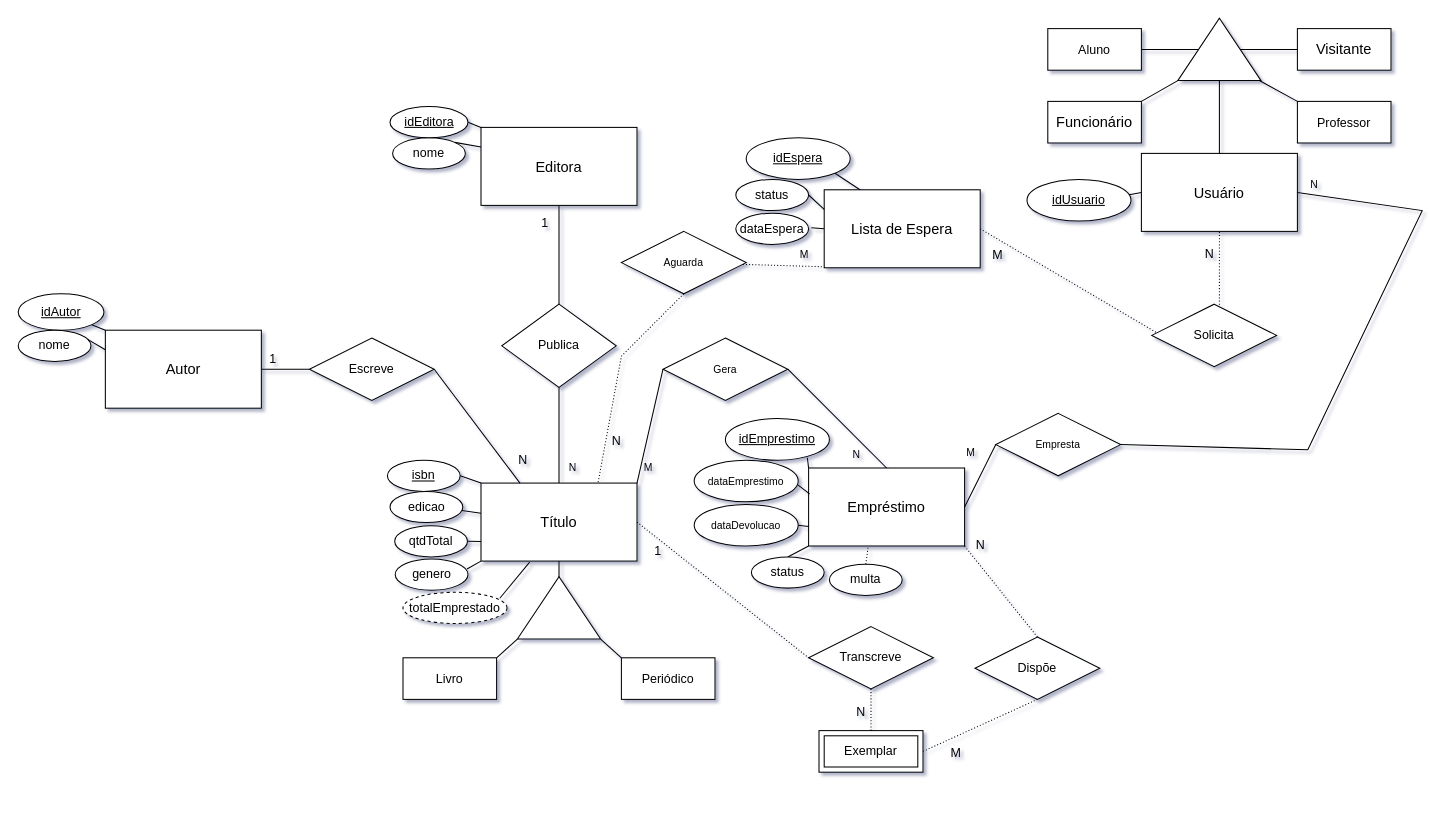
The draw.io diagram library-2023-10-05.drawio in nicholascostap/library-model, before the edit. Source tidied: cells renumbered, new cells numbered last; positions are measured from the earlier drawing's top-left corner, leaving out a move shared by most shapes. Both pictures are drawn from the tidied source at 104%, with x=0, y=0 at pixel (18, 18).
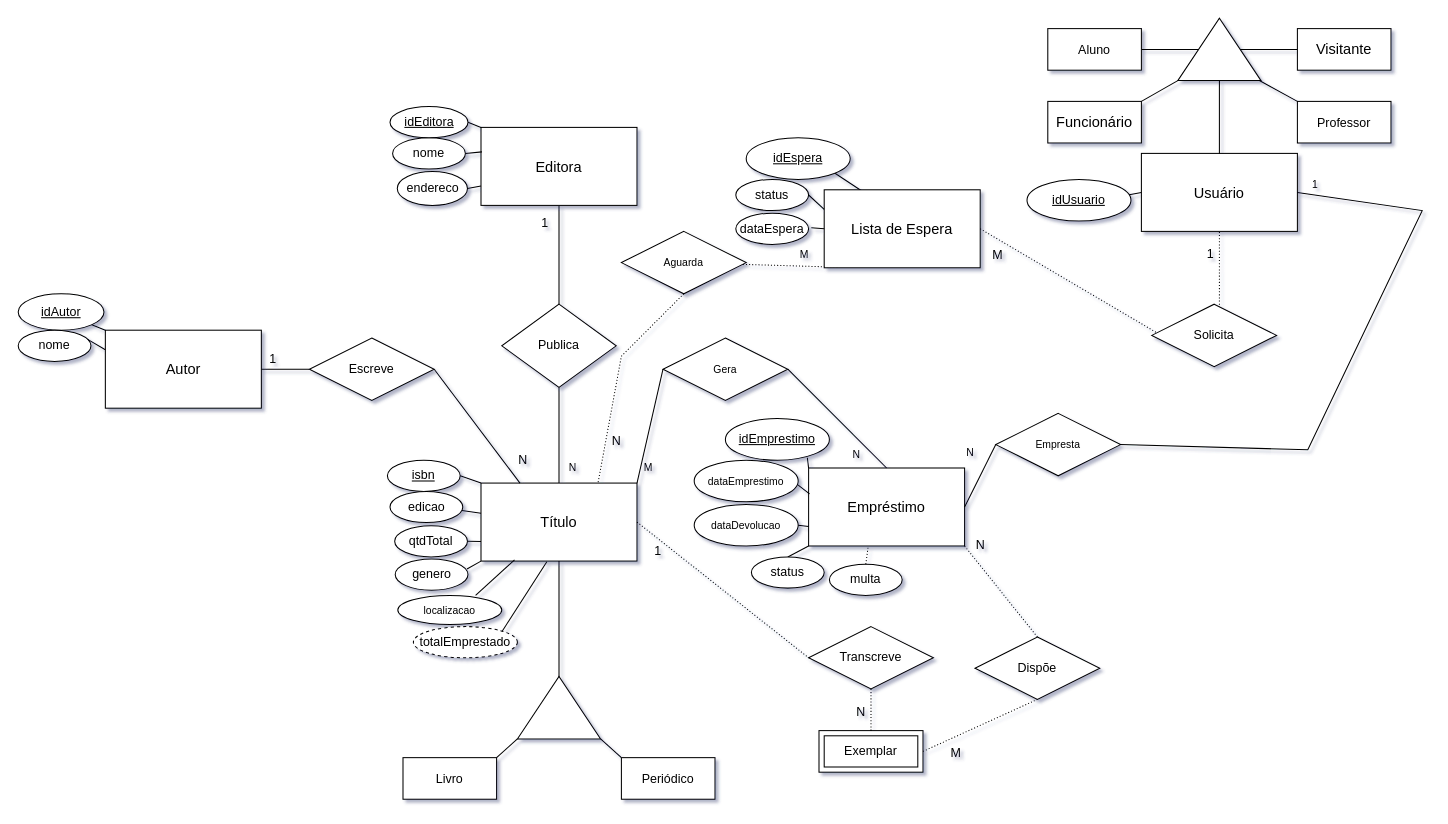
The same page after the edit.

Commit message:
[REFACTOR] entities definitions

The change refers to these unchanged cells:
```xml
<mxCell id="2" value="&lt;span style=&quot;font-size: 14px;&quot;&gt;Título&lt;/span&gt;" style="whiteSpace=wrap;html=1;align=center;" parent="1" vertex="1">
  <mxGeometry x="445" y="447" width="150" height="75" as="geometry" />
</mxCell>
<mxCell id="24" value="&lt;span style=&quot;font-size: 14px;&quot;&gt;Editora&lt;/span&gt;" style="whiteSpace=wrap;html=1;align=center;" parent="1" vertex="1">
  <mxGeometry x="445" y="105" width="150" height="75" as="geometry" />
</mxCell>
<mxCell id="27" value="nome" style="ellipse;whiteSpace=wrap;html=1;align=center;fontSize=12;" parent="1" vertex="1">
  <mxGeometry x="360" y="115" width="70" height="30" as="geometry" />
</mxCell>
<mxCell id="66" style="endArrow=none;html=1;rounded=0;fontSize=10;exitX=1;exitY=0.5;exitDx=0;exitDy=0;entryX=1;entryY=0.5;entryDx=0;entryDy=0;startArrow=none;" parent="1" edge="1" source="70" target="9">
  <mxGeometry relative="1" as="geometry">
    <Array as="points">
      <mxPoint x="1240" y="415" />
      <mxPoint x="1350" y="185" />
    </Array>
  </mxGeometry>
</mxCell>
<mxCell id="68" style="endArrow=none;html=1;rounded=0;fontSize=10;exitX=1;exitY=0.5;exitDx=0;exitDy=0;entryX=0;entryY=0.5;entryDx=0;entryDy=0;" parent="1" edge="1" source="42" target="70">
  <mxGeometry relative="1" as="geometry" />
</mxCell>
<mxCell id="72" style="endArrow=none;html=1;rounded=0;dashed=1;dashPattern=1 2;exitX=1;exitY=0.5;exitDx=0;exitDy=0;entryX=0.5;entryY=1;entryDx=0;entryDy=0;startArrow=none;" parent="1" edge="1" source="76" target="9">
  <mxGeometry relative="1" as="geometry">
    <Array as="points">
      <mxPoint x="1155" y="325" />
    </Array>
  </mxGeometry>
</mxCell>
```

The edit, as a diff of the source:
```diff
@@
     <mxCell id="3" style="endArrow=none;html=1;rounded=0;fontSize=14;entryX=0.5;entryY=1;entryDx=0;entryDy=0;" parent="1" edge="1" target="2">
       <mxGeometry relative="1" as="geometry">
-        <mxPoint x="520" y="547" as="sourcePoint" />
+        <mxPoint x="520" y="643" as="sourcePoint" />
       </mxGeometry>
     </mxCell>
     <mxCell id="4" style="triangle;whiteSpace=wrap;html=1;fontSize=14;direction=north;" parent="1" vertex="1">
-      <mxGeometry x="480" y="537" width="80" height="60" as="geometry" />
+      <mxGeometry x="480" y="633" width="80" height="60" as="geometry" />
     </mxCell>
     <mxCell id="5" style="endArrow=none;html=1;rounded=0;fontSize=14;fontStyle=1;exitX=1;exitY=0;exitDx=0;exitDy=0;" parent="1" edge="1" source="7">
       <mxGeometry relative="1" as="geometry">
-        <mxPoint x="480" y="597" as="targetPoint" />
+        <mxPoint x="480" y="693" as="targetPoint" />
       </mxGeometry>
     </mxCell>
     <mxCell id="6" style="endArrow=none;html=1;rounded=0;fontSize=14;fontStyle=1;exitX=0;exitY=0;exitDx=0;exitDy=0;" parent="1" edge="1" source="8">
       <mxGeometry relative="1" as="geometry">
-        <mxPoint x="560" y="597" as="targetPoint" />
+        <mxPoint x="560" y="693" as="targetPoint" />
       </mxGeometry>
     </mxCell>
     <mxCell id="7" value="&lt;font style=&quot;font-size: 12px;&quot;&gt;Livro&lt;/font&gt;" style="rounded=0;whiteSpace=wrap;html=1;fontSize=14;" parent="1" vertex="1">
-      <mxGeometry x="370" y="615" width="90" height="40" as="geometry" />
+      <mxGeometry x="370" y="711" width="90" height="40" as="geometry" />
     </mxCell>
     <mxCell id="8" value="&lt;span style=&quot;font-size: 12px;&quot;&gt;Periódico&lt;/span&gt;" style="rounded=0;whiteSpace=wrap;html=1;fontSize=14;" parent="1" vertex="1">
-      <mxGeometry x="580" y="615" width="90" height="40" as="geometry" />
+      <mxGeometry x="580" y="711" width="90" height="40" as="geometry" />
     </mxCell>
@@
-    <mxCell id="28" style="endArrow=none;html=1;rounded=0;fontSize=12;exitX=0;exitY=0.25;exitDx=0;exitDy=0;entryX=1;entryY=0;entryDx=0;entryDy=0;" parent="1" edge="1" source="24" target="27">
+    <mxCell id="28" style="endArrow=none;html=1;rounded=0;fontSize=12;exitX=0.006;exitY=0.314;exitDx=0;exitDy=0;entryX=1;entryY=0.5;entryDx=0;entryDy=0;exitPerimeter=0;" parent="1" edge="1" source="24" target="27">
       <mxGeometry relative="1" as="geometry" />
     </mxCell>
@@
-    <mxCell id="67" value="N" style="html=1;align=right;verticalAlign=bottom;fontSize=10;" parent="66" vertex="1">
+    <mxCell id="67" value="1" style="html=1;align=right;verticalAlign=bottom;fontSize=10;" parent="66" vertex="1">
       <mxGeometry x="1" relative="1" as="geometry">
         <mxPoint x="20" as="offset" />
       </mxGeometry>
     </mxCell>
@@
-    <mxCell id="69" value="M" style="html=1;align=left;verticalAlign=bottom;fontSize=10;" parent="68" vertex="1">
+    <mxCell id="69" value="N" style="html=1;align=left;verticalAlign=bottom;fontSize=10;" parent="68" vertex="1">
       <mxGeometry x="-1" relative="1" as="geometry">
         <mxPoint y="-45" as="offset" />
       </mxGeometry>
     </mxCell>
@@
-    <mxCell id="73" value="N" style="html=1;align=right;verticalAlign=bottom;" parent="72" vertex="1">
+    <mxCell id="73" value="1" style="html=1;align=right;verticalAlign=bottom;" parent="72" vertex="1">
       <mxGeometry x="1" relative="1" as="geometry">
         <mxPoint x="-5" y="30" as="offset" />
       </mxGeometry>
     </mxCell>
@@
     <mxCell id="98" value="totalEmprestado" style="ellipse;whiteSpace=wrap;html=1;align=center;dashed=1;" parent="1" vertex="1">
-      <mxGeometry x="370" y="552" width="100" height="30" as="geometry" />
+      <mxGeometry x="380" y="585" width="100" height="30" as="geometry" />
     </mxCell>
-    <mxCell id="99" style="endArrow=none;html=1;rounded=0;exitX=0.931;exitY=0.191;exitDx=0;exitDy=0;exitPerimeter=0;entryX=0.312;entryY=1.013;entryDx=0;entryDy=0;entryPerimeter=0;" parent="1" edge="1" source="98" target="2">
+    <mxCell id="99" style="endArrow=none;html=1;rounded=0;exitX=1;exitY=0;exitDx=0;exitDy=0;entryX=0.422;entryY=1.009;entryDx=0;entryDy=0;entryPerimeter=0;" parent="1" edge="1" source="98" target="2">
       <mxGeometry relative="1" as="geometry" />
     </mxCell>
@@
+    <mxCell id="101" value="&lt;span style=&quot;font-size: 10px;&quot;&gt;localizacao&lt;/span&gt;" style="ellipse;whiteSpace=wrap;html=1;align=center;fontSize=12;" parent="1" vertex="1">
+      <mxGeometry x="365" y="555" width="100" height="28" as="geometry" />
+    </mxCell>
+    <mxCell id="102" style="endArrow=none;html=1;rounded=0;exitX=0.748;exitY=-0.001;exitDx=0;exitDy=0;exitPerimeter=0;entryX=0.215;entryY=0.984;entryDx=0;entryDy=0;entryPerimeter=0;" parent="1" edge="1" source="101" target="2">
+      <mxGeometry relative="1" as="geometry" />
+    </mxCell>
+    <mxCell id="103" value="endereco" style="ellipse;whiteSpace=wrap;html=1;align=center;" parent="1" vertex="1">
+      <mxGeometry x="364.5" y="147.5" width="67.5" height="32.5" as="geometry" />
+    </mxCell>
+    <mxCell id="104" style="endArrow=none;html=1;rounded=0;exitX=1;exitY=0.5;exitDx=0;exitDy=0;entryX=0;entryY=0.75;entryDx=0;entryDy=0;" parent="1" edge="1" source="103" target="24">
+      <mxGeometry relative="1" as="geometry" />
+    </mxCell>
```
